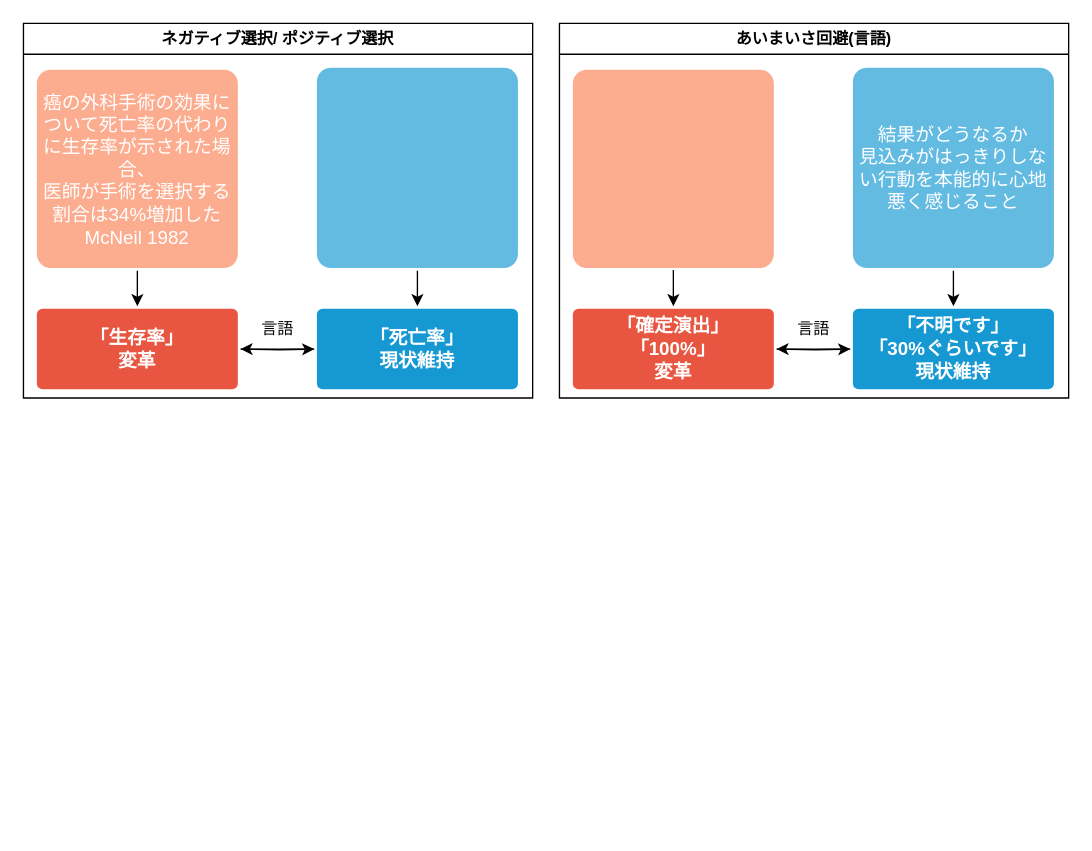
Earlier version of the draw.io diagram draw.io/write.drawio (minegishirei/psy). Source tidied: cells renumbered, new cells numbered last; positions are measured from the earlier drawing's top-left corner, leaving out a move shared by most shapes. Both pictures are drawn from the tidied source at 134%, with x=0, y=0 at pixel (23, 23).
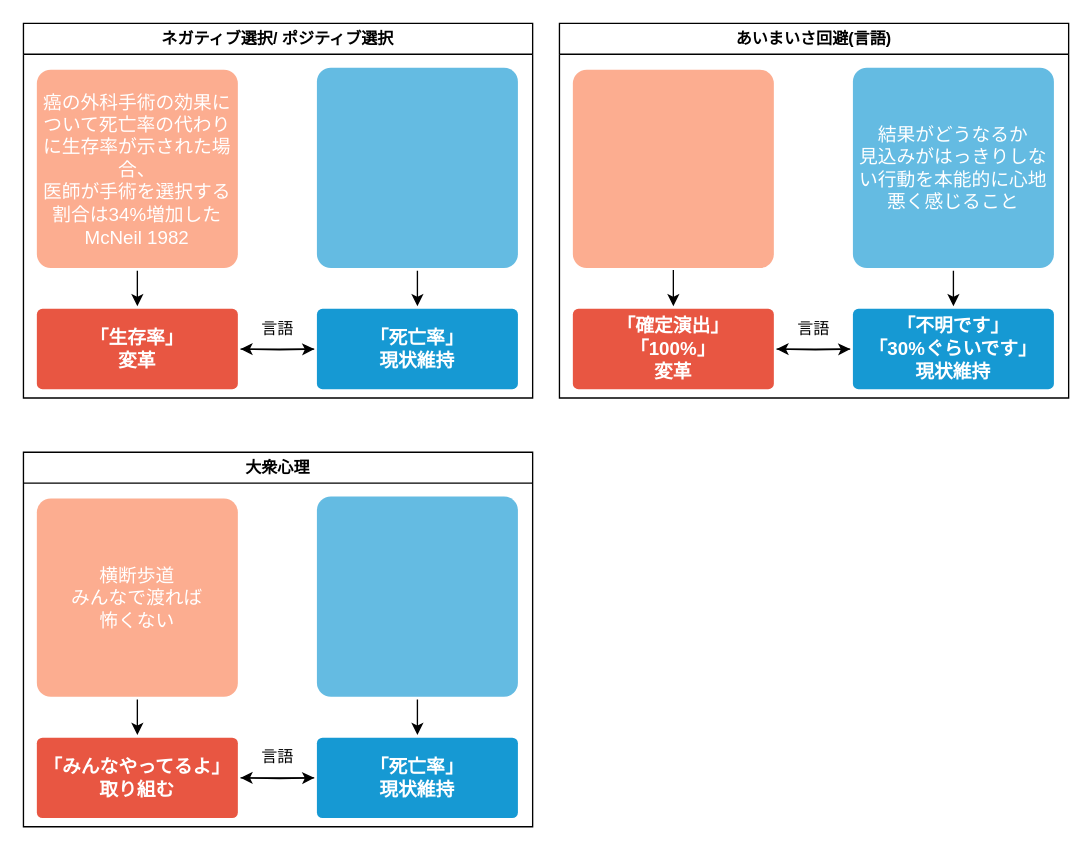
The same page after the edit.

Commit message (it also covers changes not shown here):
write.drawio を更新します

Change to the diagram source:
```diff
@@
+    <mxCell id="22" value="大衆心理" style="swimlane;whiteSpace=wrap;html=1;" parent="1" vertex="1">
+      <mxGeometry y="320" width="380" height="279.5" as="geometry" />
+    </mxCell>
+    <mxCell id="23" style="edgeStyle=orthogonalEdgeStyle;rounded=0;jettySize=auto;html=1;" parent="22" edge="1" source="24">
+      <mxGeometry relative="1" as="geometry">
+        <mxPoint x="162" y="243" as="targetPoint" />
+      </mxGeometry>
+    </mxCell>
+    <mxCell id="24" value="「死亡率」&lt;br&gt;現状維持" style="rounded=1;whiteSpace=wrap;html=1;shadow=0;labelBackgroundColor=none;strokeColor=none;strokeWidth=3;fillColor=#1699d3;fontFamily=Helvetica;fontSize=14;fontColor=#FFFFFF;align=center;spacing=5;fontStyle=1;arcSize=7;perimeterSpacing=2;" parent="22" vertex="1">
+      <mxGeometry x="219" y="213" width="150" height="60" as="geometry" />
+    </mxCell>
+    <mxCell id="25" style="edgeStyle=orthogonalEdgeStyle;rounded=0;jettySize=auto;html=1;entryX=0;entryY=0.5;entryDx=0;entryDy=0;" parent="22" edge="1" target="24">
+      <mxGeometry relative="1" as="geometry">
+        <mxPoint x="162" y="243" as="sourcePoint" />
+      </mxGeometry>
+    </mxCell>
+    <mxCell id="26" style="edgeStyle=orthogonalEdgeStyle;rounded=0;jettySize=auto;html=1;entryX=0.5;entryY=0;entryDx=0;entryDy=0;" parent="22" edge="1" source="27" target="24">
+      <mxGeometry relative="1" as="geometry" />
+    </mxCell>
+    <mxCell id="27" style="rounded=1;whiteSpace=wrap;html=1;shadow=0;labelBackgroundColor=none;strokeColor=none;strokeWidth=3;fillColor=#64bbe2;fontFamily=Helvetica;fontSize=14;fontColor=#FFFFFF;align=center;spacing=5;arcSize=7;perimeterSpacing=2;" parent="22" vertex="1">
+      <mxGeometry x="219" y="33" width="150" height="149.5" as="geometry" />
+    </mxCell>
+    <mxCell id="28" value="言語" style="text;html=1;strokeColor=none;fillColor=none;align=center;verticalAlign=middle;whiteSpace=wrap;rounded=0;" parent="22" vertex="1">
+      <mxGeometry x="160" y="213" width="60" height="30" as="geometry" />
+    </mxCell>
+    <mxCell id="29" style="edgeStyle=orthogonalEdgeStyle;rounded=0;jettySize=auto;html=1;entryX=0.5;entryY=0;entryDx=0;entryDy=0;" parent="22" edge="1" source="30" target="31">
+      <mxGeometry relative="1" as="geometry" />
+    </mxCell>
+    <mxCell id="30" value="横断歩道&lt;br&gt;みんなで渡れば&lt;br&gt;怖くない" style="rounded=1;whiteSpace=wrap;html=1;shadow=0;labelBackgroundColor=none;strokeColor=none;strokeWidth=3;fillColor=#FCAD90;fontFamily=Helvetica;fontSize=14;fontColor=#FFFFFF;align=center;spacing=5;arcSize=7;perimeterSpacing=2;" parent="22" vertex="1">
+      <mxGeometry x="10" y="34.5" width="150" height="148" as="geometry" />
+    </mxCell>
+    <mxCell id="31" value="「みんなやってるよ」&lt;br&gt;取り組む" style="rounded=1;whiteSpace=wrap;html=1;shadow=0;labelBackgroundColor=none;strokeColor=none;strokeWidth=3;fillColor=#e85642;fontFamily=Helvetica;fontSize=14;fontColor=#FFFFFF;align=center;spacing=5;fontStyle=1;arcSize=7;perimeterSpacing=2;" parent="22" vertex="1">
+      <mxGeometry x="10" y="213" width="150" height="60" as="geometry" />
+    </mxCell>
```
